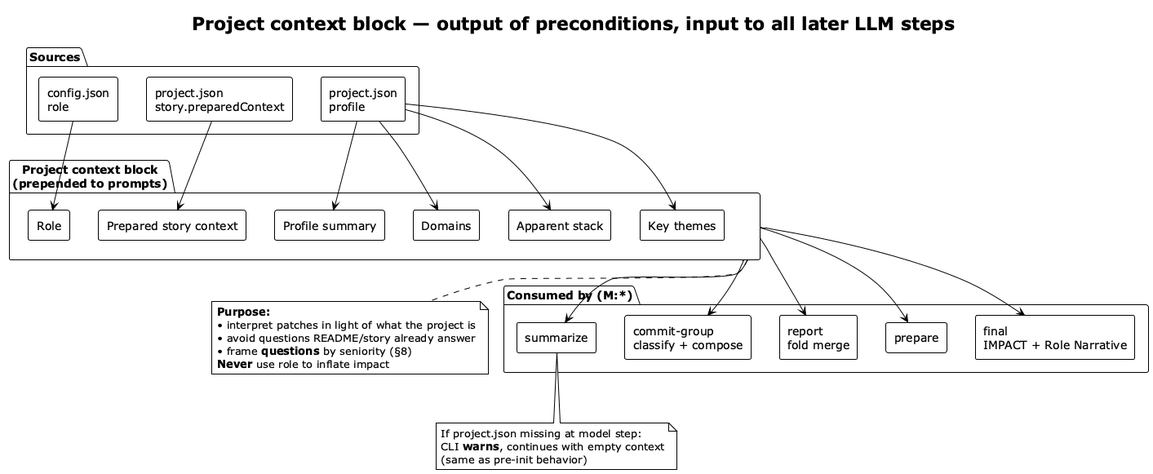
Earlier version of the PlantUML export img/preconditions-project-context.png (vzakharchenko/dev-workgraph). The source it was exported from:
```plantuml
@startuml preconditions-project-context
!theme plain
skinparam shadowing false
skinparam componentStyle rectangle

title **Project context block** — output of preconditions, input to all later LLM steps

package "Sources" {
  [config.json\nrole] as ROLE
  [project.json\nstory.preparedContext] as STORY
  [project.json\nprofile] as PROF
}

package "Project context block\n(prepended to prompts)" as BLOCK {
  component "Role" as R
  component "Prepared story context" as PS
  component "Profile summary" as SUM
  component "Domains" as DOM
  component "Apparent stack" as STK
  component "Key themes" as THM
}

ROLE --> R
STORY --> PS
PROF --> SUM
PROF --> DOM
PROF --> STK
PROF --> THM

package "Consumed by (M:*)" {
  [summarize] as SUMM
  [commit-group\nclassify + compose] as CG
  [report\nfold merge] as REP
  [prepare] as PRE
  [final\nIMPACT + Role Narrative] as FIN
}

BLOCK --> SUMM
BLOCK --> CG
BLOCK --> REP
BLOCK --> PRE
BLOCK --> FIN

note bottom of BLOCK
  **Purpose:**
  • interpret patches in light of what the project is
  • avoid questions README/story already answer
  • frame **questions** by seniority (§8)
  **Never** use role to inflate impact
end note

note bottom of SUMM
  If project.json missing at model step:
  CLI **warns**, continues with empty context
  (same as pre-init behavior)
end note

@enduml
```
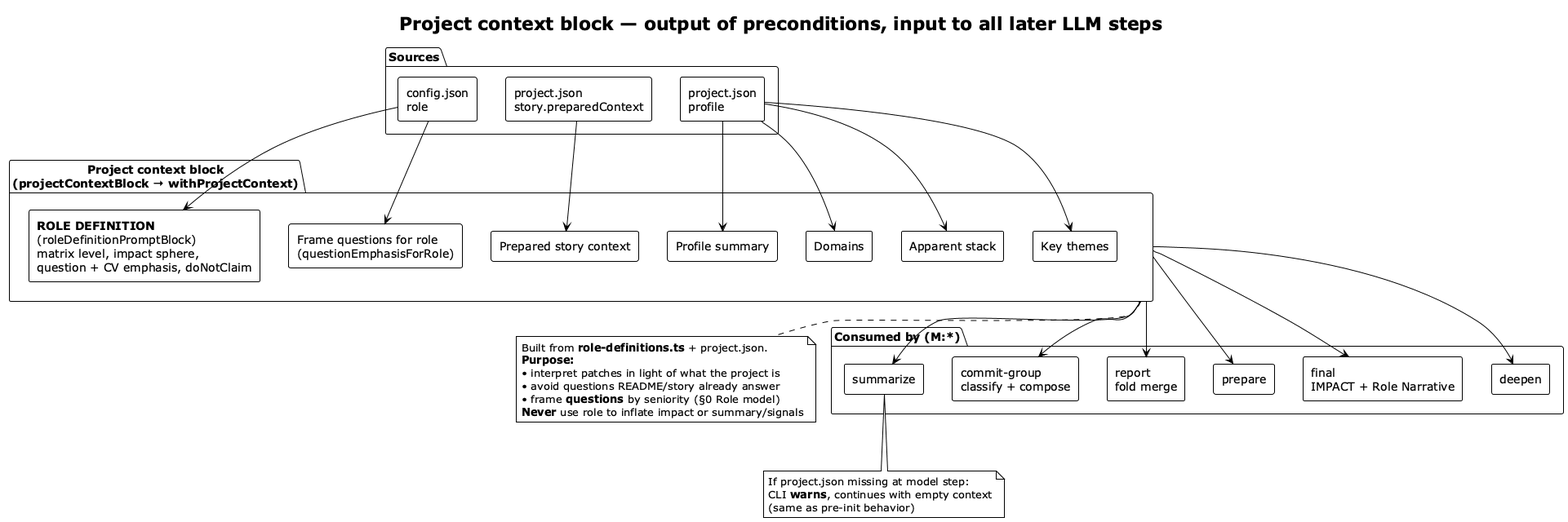
Above is the later version.

The edit, as a diff of the source:
```diff
@@ -11,8 +11,9 @@
   [project.json\nprofile] as PROF
 }
 
-package "Project context block\n(prepended to prompts)" as BLOCK {
-  component "Role" as R
+package "Project context block\n(projectContextBlock → withProjectContext)" as BLOCK {
+  component "**ROLE DEFINITION**\n(roleDefinitionPromptBlock)\nmatrix level, impact sphere,\nquestion + CV emphasis, doNotClaim" as RDEF
+  component "Frame questions for role\n(questionEmphasisForRole)" as RFRAME
   component "Prepared story context" as PS
   component "Profile summary" as SUM
   component "Domains" as DOM
@@ -20,7 +21,8 @@
   component "Key themes" as THM
 }
 
-ROLE --> R
+ROLE --> RDEF
+ROLE --> RFRAME
 STORY --> PS
 PROF --> SUM
 PROF --> DOM
@@ -33,6 +35,7 @@
   [report\nfold merge] as REP
   [prepare] as PRE
   [final\nIMPACT + Role Narrative] as FIN
+  [deepen] as DEP
 }
 
 BLOCK --> SUMM
@@ -40,13 +43,15 @@
 BLOCK --> REP
 BLOCK --> PRE
 BLOCK --> FIN
+BLOCK --> DEP
 
 note bottom of BLOCK
+  Built from **role-definitions.ts** + project.json.
   **Purpose:**
   • interpret patches in light of what the project is
   • avoid questions README/story already answer
-  • frame **questions** by seniority (§8)
-  **Never** use role to inflate impact
+  • frame **questions** by seniority (§0 Role model)
+  **Never** use role to inflate impact or summary/signals
 end note
 
 note bottom of SUMM
```
